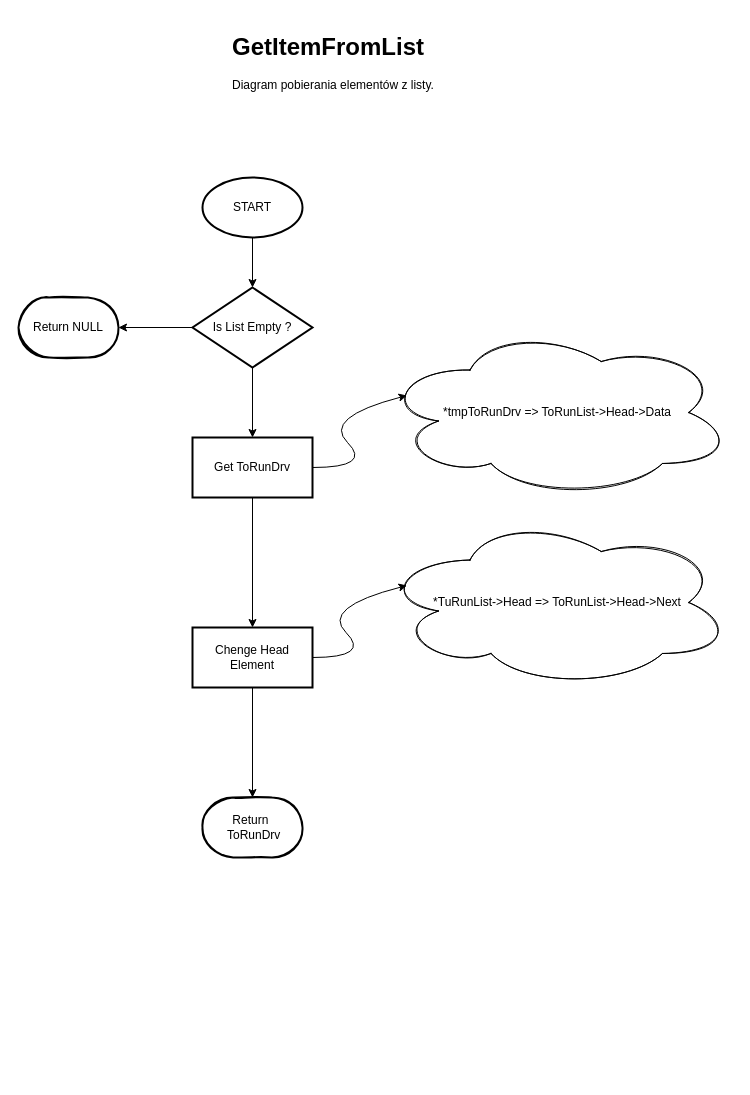
Above: Diagramy/GetElementFromTuRunList.drawio in GitKiniol/RoboArm-Docu (draw.io), before the change. Source tidied: cells renumbered, new cells numbered last; positions are measured from the earlier drawing's top-left corner, leaving out a move shared by most shapes. Both pictures are drawn from the tidied source at 100%, with x=0, y=0 at pixel (18, 27).
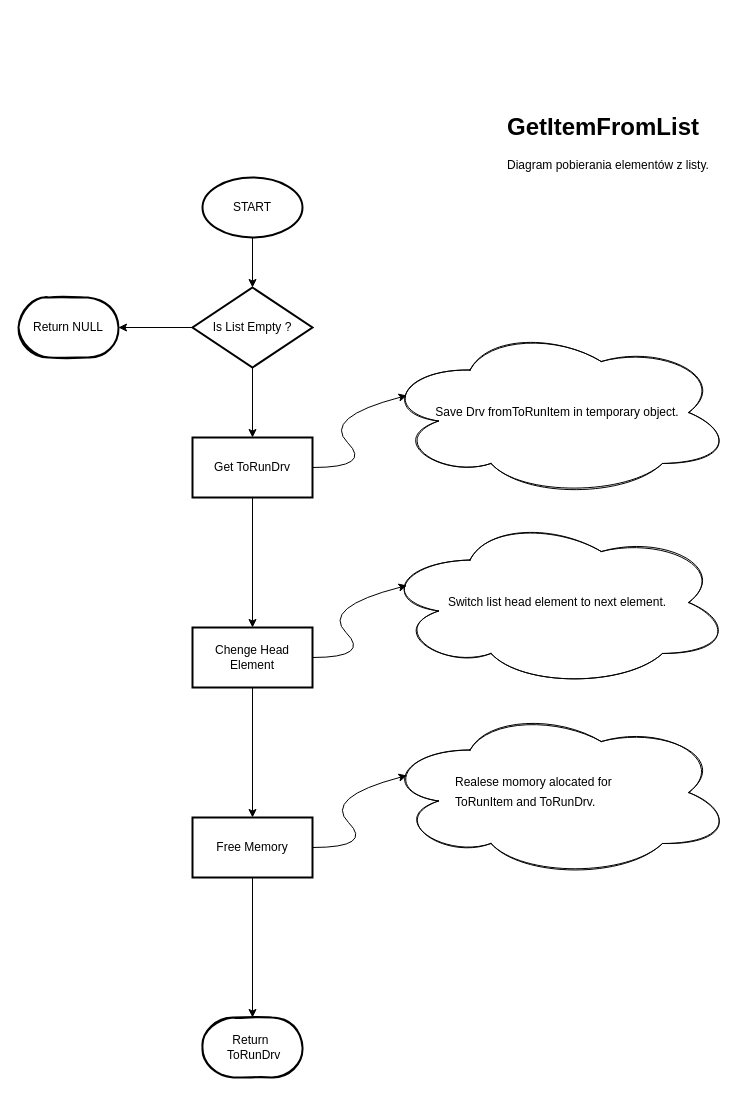
The same page after the edit.

Commit message (it also covers changes not shown here):
Zmiany w diagramach

The change refers to these unchanged cells:
```xml
<mxCell id="9" value="Chenge Head Element" style="whiteSpace=wrap;html=1;strokeWidth=2;" parent="1" vertex="1">
  <mxGeometry x="174" y="600" width="120" height="60" as="geometry" />
</mxCell>
```

Diff of the diagram source:
```diff
@@
     <mxCell id="2" value="&lt;h1&gt;GetItemFromList&lt;/h1&gt;&lt;p&gt;Diagram pobierania elementów z listy.&lt;/p&gt;" style="text;html=1;strokeColor=none;fillColor=none;spacing=5;spacingTop=-20;whiteSpace=wrap;overflow=hidden;rounded=0;" parent="1" vertex="1">
-      <mxGeometry x="209" width="230" height="80" as="geometry" />
+      <mxGeometry x="484" y="80" width="230" height="80" as="geometry" />
     </mxCell>
@@
-    <mxCell id="7" value="&lt;div style=&quot;&quot;&gt;&lt;span style=&quot;background-color: initial;&quot;&gt;*tmpToRunDrv =&amp;gt; ToRunList-&amp;gt;Head-&amp;gt;Data&lt;/span&gt;&lt;/div&gt;" style="ellipse;shape=cloud;whiteSpace=wrap;html=1;align=center;sketch=1;" parent="1" vertex="1">
+    <mxCell id="7" value="&lt;div style=&quot;&quot;&gt;Save Drv fromToRunItem in temporary object.&lt;/div&gt;" style="ellipse;shape=cloud;whiteSpace=wrap;html=1;align=center;sketch=1;" parent="1" vertex="1">
       <mxGeometry x="364" y="300" width="350" height="170" as="geometry" />
     </mxCell>
-    <mxCell id="8" style="edgeStyle=orthogonalEdgeStyle;rounded=0;jettySize=auto;html=1;" parent="1" edge="1" source="9" target="15">
-      <mxGeometry relative="1" as="geometry" />
-    </mxCell>
+    <mxCell id="18" style="edgeStyle=orthogonalEdgeStyle;rounded=0;jettySize=auto;html=1;" parent="1" edge="1" source="9" target="20">
+      <mxGeometry relative="1" as="geometry" />
+    </mxCell>
@@
-    <mxCell id="10" value="&lt;div style=&quot;&quot;&gt;&lt;span style=&quot;background-color: initial;&quot;&gt;*TuRunList-&amp;gt;Head =&amp;gt; ToRunList-&amp;gt;Head-&amp;gt;Next&lt;/span&gt;&lt;/div&gt;" style="ellipse;shape=cloud;whiteSpace=wrap;html=1;align=center;sketch=1;" parent="1" vertex="1">
+    <mxCell id="10" value="&lt;div style=&quot;&quot;&gt;Switch list head element to next element.&lt;/div&gt;" style="ellipse;shape=cloud;whiteSpace=wrap;html=1;align=center;sketch=1;" parent="1" vertex="1">
       <mxGeometry x="364" y="490" width="350" height="170" as="geometry" />
     </mxCell>
@@
     <mxCell id="15" value="Return&amp;nbsp; &amp;nbsp;ToRunDrv" style="strokeWidth=2;html=1;shape=mxgraph.flowchart.terminator;whiteSpace=wrap;sketch=1;" parent="1" vertex="1">
-      <mxGeometry x="184" y="770" width="100" height="60" as="geometry" />
+      <mxGeometry x="184" y="990" width="100" height="60" as="geometry" />
     </mxCell>
@@
+    <mxCell id="19" style="edgeStyle=orthogonalEdgeStyle;rounded=0;jettySize=auto;html=1;exitX=0.5;exitY=1;exitDx=0;exitDy=0;entryX=0.5;entryY=0;entryDx=0;entryDy=0;entryPerimeter=0;" parent="1" edge="1" source="20" target="15">
+      <mxGeometry relative="1" as="geometry" />
+    </mxCell>
+    <mxCell id="20" value="Free Memory" style="whiteSpace=wrap;html=1;strokeWidth=2;" parent="1" vertex="1">
+      <mxGeometry x="174" y="790" width="120" height="60" as="geometry" />
+    </mxCell>
+    <mxCell id="21" value="&lt;div style=&quot;&quot;&gt;&lt;br&gt;&lt;/div&gt;" style="ellipse;shape=cloud;whiteSpace=wrap;html=1;align=center;sketch=1;" parent="1" vertex="1">
+      <mxGeometry x="364" y="680" width="350" height="170" as="geometry" />
+    </mxCell>
+    <mxCell id="22" style="curved=1;endArrow=classic;html=1;rounded=0;exitX=1;exitY=0.5;exitDx=0;exitDy=0;entryX=0.07;entryY=0.4;entryDx=0;entryDy=0;entryPerimeter=0;" parent="1" edge="1" source="20" target="21">
+      <mxGeometry relative="1" as="geometry">
+        <Array as="points">
+          <mxPoint x="355" y="820" />
+          <mxPoint x="305" y="770" />
+        </Array>
+      </mxGeometry>
+    </mxCell>
+    <mxCell id="23" value="Realese momory alocated for" style="text;html=1;strokeColor=none;fillColor=none;align=left;verticalAlign=middle;whiteSpace=wrap;rounded=0;" parent="1" vertex="1">
+      <mxGeometry x="435" y="740" width="230" height="30" as="geometry" />
+    </mxCell>
+    <mxCell id="24" value="ToRunItem and ToRunDrv." style="text;html=1;strokeColor=none;fillColor=none;align=left;verticalAlign=middle;whiteSpace=wrap;rounded=0;" parent="1" vertex="1">
+      <mxGeometry x="435" y="760" width="230" height="30" as="geometry" />
+    </mxCell>
```
